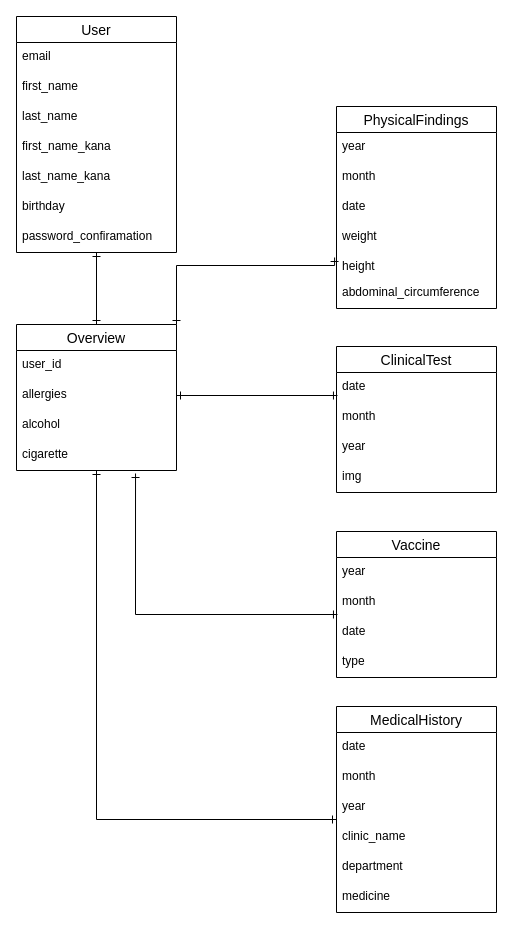
Earlier version of the draw.io diagram .dio (mayumiasakawa/healthcode-app). Source tidied: cells renumbered, new cells numbered last; positions are measured from the earlier drawing's top-left corner, leaving out a move shared by most shapes. Both pictures are drawn from the tidied source at 100%, with x=0, y=0 at pixel (16, 16).
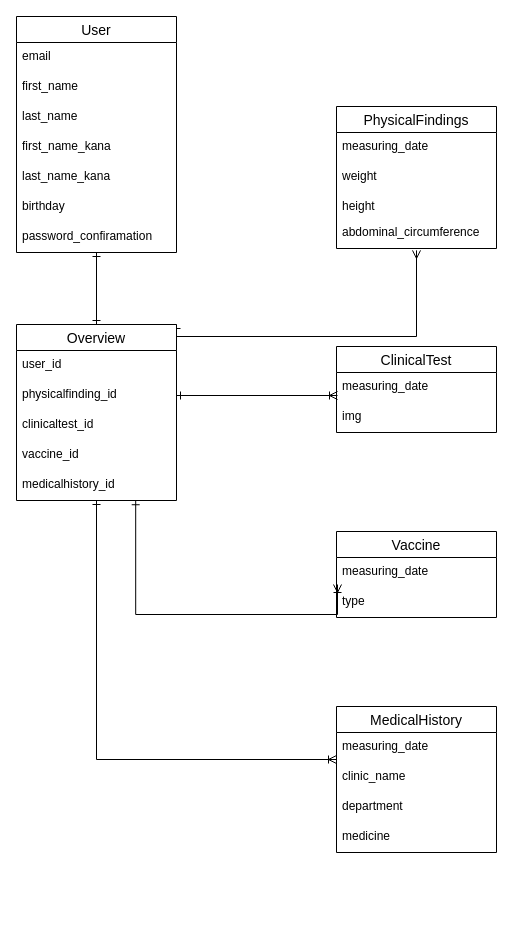
The same diagram, later.

Change to the diagram source:
```diff
@@
     <mxCell id="11" value="PhysicalFindings" style="swimlane;fontStyle=0;horizontal=1;startSize=26;align=center;fontSize=14;" parent="1" vertex="1">
-      <mxGeometry x="320" y="90" width="160" height="202" as="geometry" />
+      <mxGeometry x="320" y="90" width="160" height="142" as="geometry" />
     </mxCell>
-    <mxCell id="12" value="year" style="text;strokeColor=none;fillColor=none;spacingLeft=4;spacingRight=4;overflow=hidden;fontSize=12;" parent="11" vertex="1">
+    <mxCell id="12" value="measuring_date" style="text;strokeColor=none;fillColor=none;spacingLeft=4;spacingRight=4;overflow=hidden;fontSize=12;" parent="11" vertex="1">
       <mxGeometry y="26" width="160" height="30" as="geometry" />
     </mxCell>
-    <mxCell id="13" value="month" style="text;strokeColor=none;fillColor=none;spacingLeft=4;spacingRight=4;overflow=hidden;fontSize=12;" parent="11" vertex="1">
-      <mxGeometry y="56" width="160" height="30" as="geometry" />
-    </mxCell>
-    <mxCell id="14" value="date" style="text;strokeColor=none;fillColor=none;spacingLeft=4;spacingRight=4;overflow=hidden;fontSize=12;" parent="11" vertex="1">
-      <mxGeometry y="86" width="160" height="30" as="geometry" />
-    </mxCell>
     <mxCell id="15" value="weight" style="text;strokeColor=none;fillColor=none;spacingLeft=4;spacingRight=4;overflow=hidden;fontSize=12;" parent="11" vertex="1">
-      <mxGeometry y="116" width="160" height="30" as="geometry" />
+      <mxGeometry y="56" width="160" height="30" as="geometry" />
     </mxCell>
     <mxCell id="16" value="height" style="text;strokeColor=none;fillColor=none;spacingLeft=4;spacingRight=4;overflow=hidden;points=[[0,0.5],[1,0.5]];portConstraint=eastwest;fontSize=12;" parent="11" vertex="1">
-      <mxGeometry y="146" width="160" height="26" as="geometry" />
+      <mxGeometry y="86" width="160" height="26" as="geometry" />
     </mxCell>
     <mxCell id="17" value="abdominal_circumference" style="text;strokeColor=none;fillColor=none;spacingLeft=4;spacingRight=4;overflow=hidden;points=[[0,0.5],[1,0.5]];portConstraint=eastwest;fontSize=12;" parent="11" vertex="1">
-      <mxGeometry y="172" width="160" height="30" as="geometry" />
+      <mxGeometry y="112" width="160" height="30" as="geometry" />
     </mxCell>
-    <mxCell id="18" style="edgeStyle=orthogonalEdgeStyle;rounded=0;jettySize=auto;html=1;exitX=1;exitY=0;exitDx=0;exitDy=0;startArrow=ERone;startFill=0;endArrow=ERone;endFill=0;entryX=-0.012;entryY=0.192;entryDx=0;entryDy=0;entryPerimeter=0;" parent="1" edge="1" source="20" target="16">
+    <mxCell id="18" style="edgeStyle=orthogonalEdgeStyle;rounded=0;jettySize=auto;html=1;exitX=1;exitY=0;exitDx=0;exitDy=0;startArrow=ERone;startFill=0;endArrow=ERmany;endFill=0;entryX=0.5;entryY=1.063;entryDx=0;entryDy=0;entryPerimeter=0;" parent="1" edge="1" source="20" target="17">
       <mxGeometry relative="1" as="geometry">
         <Array as="points">
-          <mxPoint x="160" y="249" />
-          <mxPoint x="318" y="249" />
+          <mxPoint x="160" y="320" />
+          <mxPoint x="400" y="320" />
         </Array>
       </mxGeometry>
     </mxCell>
-    <mxCell id="19" style="edgeStyle=orthogonalEdgeStyle;rounded=0;jettySize=auto;html=1;startArrow=ERone;startFill=0;endArrow=ERone;endFill=0;entryX=0;entryY=-0.1;entryDx=0;entryDy=0;entryPerimeter=0;" parent="1" edge="1" source="20" target="39">
+    <mxCell id="19" style="edgeStyle=orthogonalEdgeStyle;rounded=0;jettySize=auto;html=1;startArrow=ERone;startFill=0;endArrow=ERoneToMany;endFill=0;entryX=0;entryY=-0.1;entryDx=0;entryDy=0;entryPerimeter=0;" parent="1" edge="1" source="20" target="39">
       <mxGeometry relative="1" as="geometry" />
     </mxCell>
     <mxCell id="20" value="Overview" style="swimlane;fontStyle=0;horizontal=1;startSize=26;align=center;fontSize=14;" parent="1" vertex="1">
-      <mxGeometry y="308" width="160" height="146" as="geometry" />
+      <mxGeometry y="308" width="160" height="176" as="geometry" />
     </mxCell>
@@
-    <mxCell id="22" value="allergies" style="text;strokeColor=none;fillColor=none;spacingLeft=4;spacingRight=4;overflow=hidden;points=[[0,0.5],[1,0.5]];portConstraint=eastwest;fontSize=12;" parent="20" vertex="1">
+    <mxCell id="22" value="physicalfinding_id" style="text;strokeColor=none;fillColor=none;spacingLeft=4;spacingRight=4;overflow=hidden;points=[[0,0.5],[1,0.5]];portConstraint=eastwest;fontSize=12;" parent="20" vertex="1">
       <mxGeometry y="56" width="160" height="30" as="geometry" />
     </mxCell>
-    <mxCell id="23" value="alcohol" style="text;strokeColor=none;fillColor=none;spacingLeft=4;spacingRight=4;overflow=hidden;fontSize=12;" parent="20" vertex="1">
+    <mxCell id="23" value="clinicaltest_id" style="text;strokeColor=none;fillColor=none;spacingLeft=4;spacingRight=4;overflow=hidden;fontSize=12;" parent="20" vertex="1">
       <mxGeometry y="86" width="160" height="30" as="geometry" />
     </mxCell>
-    <mxCell id="24" value="cigarette" style="text;strokeColor=none;fillColor=none;spacingLeft=4;spacingRight=4;overflow=hidden;points=[[0,0.5],[1,0.5]];portConstraint=eastwest;fontSize=12;" parent="20" vertex="1">
+    <mxCell id="24" value="vaccine_id" style="text;strokeColor=none;fillColor=none;spacingLeft=4;spacingRight=4;overflow=hidden;points=[[0,0.5],[1,0.5]];portConstraint=eastwest;fontSize=12;" parent="20" vertex="1">
       <mxGeometry y="116" width="160" height="30" as="geometry" />
     </mxCell>
+    <mxCell id="44" value="medicalhistory_id" style="text;strokeColor=none;fillColor=none;spacingLeft=4;spacingRight=4;overflow=hidden;points=[[0,0.5],[1,0.5]];portConstraint=eastwest;fontSize=12;" parent="20" vertex="1">
+      <mxGeometry y="146" width="160" height="30" as="geometry" />
+    </mxCell>
     <mxCell id="25" value="ClinicalTest" style="swimlane;fontStyle=0;horizontal=1;startSize=26;align=center;fontSize=14;" parent="1" vertex="1">
-      <mxGeometry x="320" y="330" width="160" height="146" as="geometry" />
+      <mxGeometry x="320" y="330" width="160" height="86" as="geometry" />
     </mxCell>
-    <mxCell id="26" value="date" style="text;strokeColor=none;fillColor=none;spacingLeft=4;spacingRight=4;overflow=hidden;points=[[0,0.5],[1,0.5]];portConstraint=eastwest;fontSize=12;" parent="25" vertex="1">
-      <mxGeometry y="26" width="160" height="30" as="geometry" />
-    </mxCell>
-    <mxCell id="27" value="month" style="text;strokeColor=none;fillColor=none;spacingLeft=4;spacingRight=4;overflow=hidden;fontSize=12;" parent="25" vertex="1">
-      <mxGeometry y="56" width="160" height="30" as="geometry" />
-    </mxCell>
-    <mxCell id="28" value="year" style="text;strokeColor=none;fillColor=none;spacingLeft=4;spacingRight=4;overflow=hidden;fontSize=12;" parent="25" vertex="1">
-      <mxGeometry y="86" width="160" height="30" as="geometry" />
+    <mxCell id="28" value="measuring_date" style="text;strokeColor=none;fillColor=none;spacingLeft=4;spacingRight=4;overflow=hidden;fontSize=12;" parent="25" vertex="1">
+      <mxGeometry y="26" width="160" height="30" as="geometry" />
     </mxCell>
     <mxCell id="29" value="img" style="text;strokeColor=none;fillColor=none;spacingLeft=4;spacingRight=4;overflow=hidden;fontSize=12;" parent="25" vertex="1">
-      <mxGeometry y="116" width="160" height="30" as="geometry" />
+      <mxGeometry y="56" width="160" height="30" as="geometry" />
     </mxCell>
     <mxCell id="30" value="Vaccine" style="swimlane;fontStyle=0;horizontal=1;startSize=26;align=center;fontSize=14;" parent="1" vertex="1">
-      <mxGeometry x="320" y="515" width="160" height="146" as="geometry" />
+      <mxGeometry x="320" y="515" width="160" height="86" as="geometry" />
     </mxCell>
-    <mxCell id="31" value="year" style="text;strokeColor=none;fillColor=none;spacingLeft=4;spacingRight=4;overflow=hidden;fontSize=12;" parent="30" vertex="1">
-      <mxGeometry y="26" width="160" height="30" as="geometry" />
-    </mxCell>
-    <mxCell id="32" value="month" style="text;strokeColor=none;fillColor=none;spacingLeft=4;spacingRight=4;overflow=hidden;points=[[0,0.5],[1,0.5]];portConstraint=eastwest;fontSize=12;" parent="30" vertex="1">
-      <mxGeometry y="56" width="160" height="30" as="geometry" />
-    </mxCell>
-    <mxCell id="33" value="date" style="text;strokeColor=none;fillColor=none;spacingLeft=4;spacingRight=4;overflow=hidden;fontSize=12;" parent="30" vertex="1">
-      <mxGeometry y="86" width="160" height="30" as="geometry" />
+    <mxCell id="33" value="measuring_date" style="text;strokeColor=none;fillColor=none;spacingLeft=4;spacingRight=4;overflow=hidden;fontSize=12;" parent="30" vertex="1">
+      <mxGeometry y="26" width="160" height="30" as="geometry" />
     </mxCell>
     <mxCell id="34" value="type" style="text;strokeColor=none;fillColor=none;spacingLeft=4;spacingRight=4;overflow=hidden;fontSize=12;" parent="30" vertex="1">
-      <mxGeometry y="116" width="160" height="30" as="geometry" />
+      <mxGeometry y="56" width="160" height="30" as="geometry" />
     </mxCell>
     <mxCell id="35" value="MedicalHistory" style="swimlane;fontStyle=0;horizontal=1;startSize=26;align=center;fontSize=14;" parent="1" vertex="1">
-      <mxGeometry x="320" y="690" width="160" height="206" as="geometry" />
+      <mxGeometry x="320" y="690" width="160" height="146" as="geometry" />
     </mxCell>
-    <mxCell id="36" value="date" style="text;strokeColor=none;fillColor=none;spacingLeft=4;spacingRight=4;overflow=hidden;fontSize=12;" parent="35" vertex="1">
-      <mxGeometry y="26" width="160" height="30" as="geometry" />
-    </mxCell>
-    <mxCell id="37" value="month" style="text;strokeColor=none;fillColor=none;spacingLeft=4;spacingRight=4;overflow=hidden;fontSize=12;" parent="35" vertex="1">
-      <mxGeometry y="56" width="160" height="30" as="geometry" />
-    </mxCell>
-    <mxCell id="38" value="year" style="text;strokeColor=none;fillColor=none;spacingLeft=4;spacingRight=4;overflow=hidden;fontSize=12;" parent="35" vertex="1">
-      <mxGeometry y="86" width="160" height="30" as="geometry" />
+    <mxCell id="38" value="measuring_date" style="text;strokeColor=none;fillColor=none;spacingLeft=4;spacingRight=4;overflow=hidden;fontSize=12;" parent="35" vertex="1">
+      <mxGeometry y="26" width="160" height="30" as="geometry" />
     </mxCell>
     <mxCell id="39" value="clinic_name" style="text;strokeColor=none;fillColor=none;spacingLeft=4;spacingRight=4;overflow=hidden;points=[[0,0.5],[1,0.5]];portConstraint=eastwest;fontSize=12;" parent="35" vertex="1">
-      <mxGeometry y="116" width="160" height="30" as="geometry" />
+      <mxGeometry y="56" width="160" height="30" as="geometry" />
     </mxCell>
     <mxCell id="40" value="department" style="text;strokeColor=none;fillColor=none;spacingLeft=4;spacingRight=4;overflow=hidden;fontSize=12;" parent="35" vertex="1">
-      <mxGeometry y="146" width="160" height="30" as="geometry" />
+      <mxGeometry y="86" width="160" height="30" as="geometry" />
     </mxCell>
     <mxCell id="41" value="medicine" style="text;strokeColor=none;fillColor=none;spacingLeft=4;spacingRight=4;overflow=hidden;fontSize=12;" parent="35" vertex="1">
-      <mxGeometry y="176" width="160" height="30" as="geometry" />
+      <mxGeometry y="116" width="160" height="30" as="geometry" />
     </mxCell>
-    <mxCell id="42" style="edgeStyle=orthogonalEdgeStyle;rounded=0;jettySize=auto;html=1;exitX=1;exitY=0.5;exitDx=0;exitDy=0;entryX=0.006;entryY=0.767;entryDx=0;entryDy=0;entryPerimeter=0;startArrow=ERone;startFill=0;endArrow=ERone;endFill=0;" parent="1" edge="1" source="22" target="26">
-      <mxGeometry relative="1" as="geometry" />
+    <mxCell id="42" style="edgeStyle=orthogonalEdgeStyle;rounded=0;jettySize=auto;html=1;exitX=1;exitY=0.5;exitDx=0;exitDy=0;entryX=0.006;entryY=0.767;entryDx=0;entryDy=0;entryPerimeter=0;startArrow=ERone;startFill=0;endArrow=ERoneToMany;endFill=0;" parent="1" edge="1" source="22">
+      <mxGeometry relative="1" as="geometry">
+        <mxPoint x="321" y="379" as="targetPoint" />
+      </mxGeometry>
     </mxCell>
-    <mxCell id="43" style="edgeStyle=orthogonalEdgeStyle;rounded=0;jettySize=auto;html=1;exitX=0.744;exitY=1.1;exitDx=0;exitDy=0;entryX=0.006;entryY=0.9;entryDx=0;entryDy=0;entryPerimeter=0;startArrow=ERone;startFill=0;endArrow=ERone;endFill=0;exitPerimeter=0;" parent="1" edge="1" source="24" target="32">
+    <mxCell id="43" style="edgeStyle=orthogonalEdgeStyle;rounded=0;jettySize=auto;html=1;entryX=0.006;entryY=0.9;entryDx=0;entryDy=0;entryPerimeter=0;startArrow=ERone;startFill=0;endArrow=ERoneToMany;endFill=0;exitX=0.745;exitY=1.008;exitDx=0;exitDy=0;exitPerimeter=0;" parent="1" edge="1" source="44">
       <mxGeometry relative="1" as="geometry">
+        <mxPoint x="321" y="568" as="targetPoint" />
         <Array as="points">
           <mxPoint x="119" y="598" />
         </Array>
       </mxGeometry>
     </mxCell>
```
